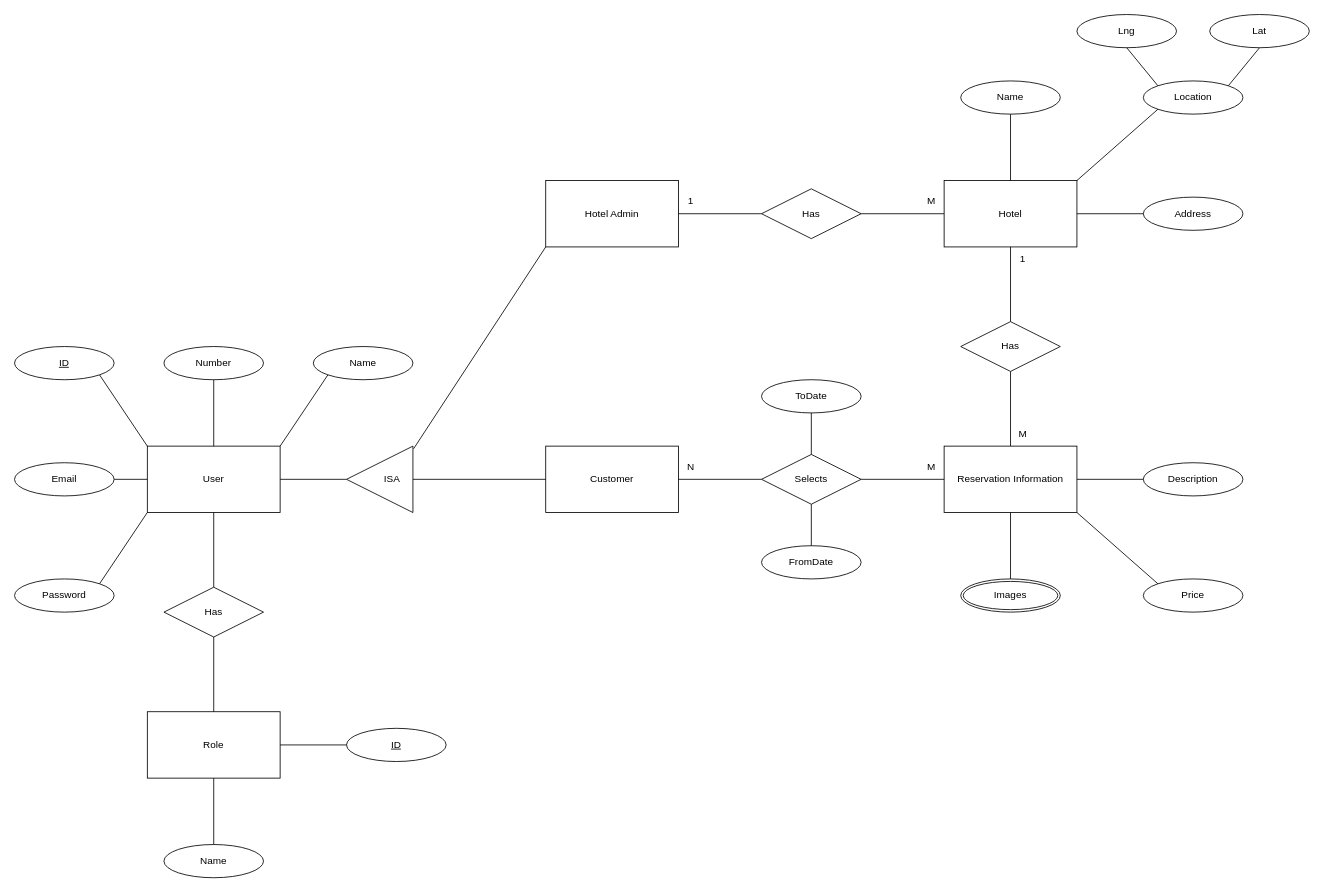
The draw.io diagram docs/ER.drawio in LassazVegaz/Hotel-Reservation-System, before the edit. Source tidied: cells renumbered, new cells numbered last; positions are measured from the earlier drawing's top-left corner, leaving out a move shared by most shapes. Both pictures are drawn from the tidied source at 83%, with x=0, y=0 at pixel (14, 14).
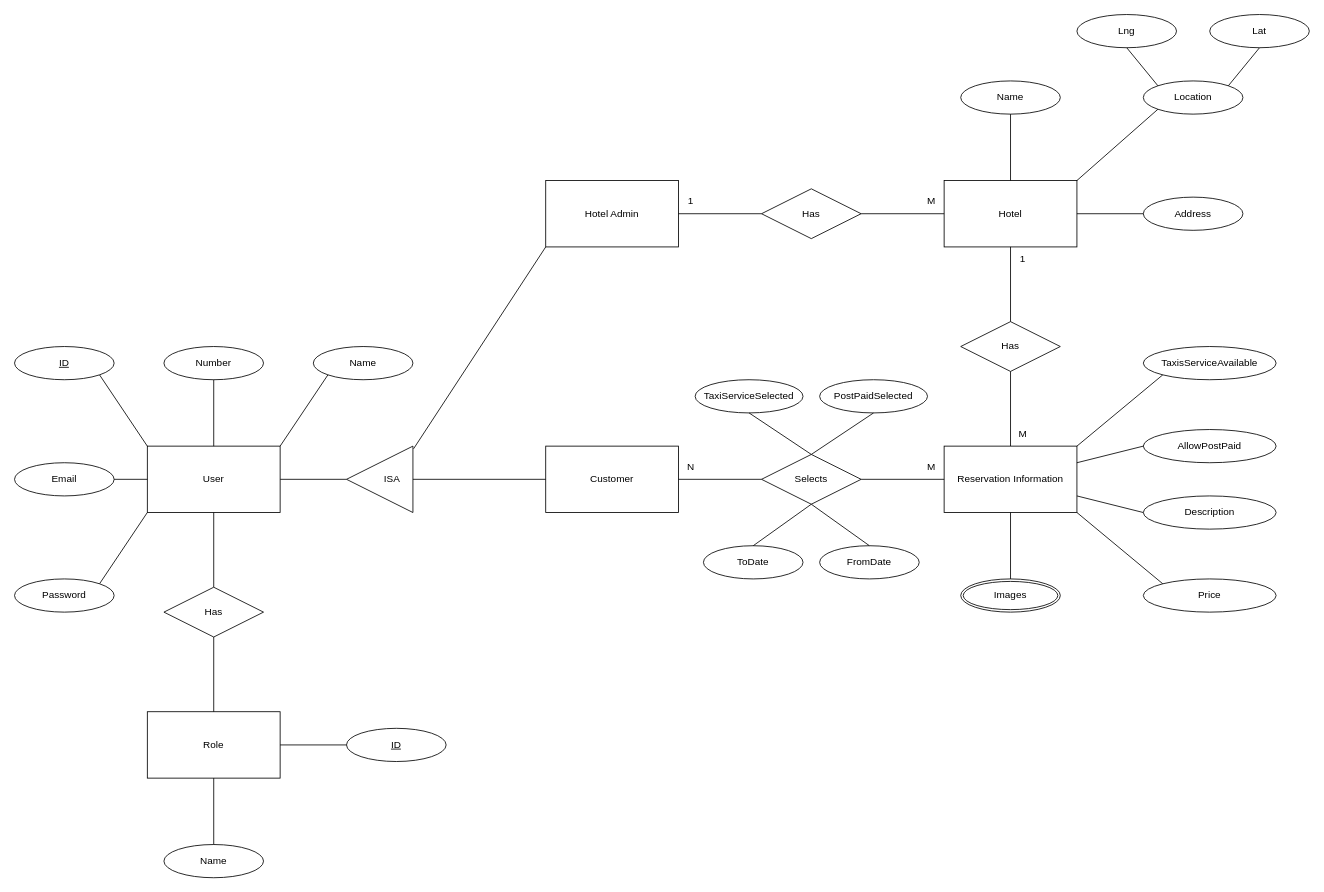
Above is the later version.

Commit message:
more properties for reservations

Unchanged cells that the change refers to:
```xml
<mxCell id="19" value="Reservation Information" style="whiteSpace=wrap;html=1;align=center;" parent="1" vertex="1">
  <mxGeometry x="1120" y="520" width="160" height="80" as="geometry" />
</mxCell>
<mxCell id="23" value="Selects" style="shape=rhombus;perimeter=rhombusPerimeter;whiteSpace=wrap;html=1;align=center;" parent="1" vertex="1">
  <mxGeometry x="900" y="530" width="120" height="60" as="geometry" />
</mxCell>
```

The edit, as a diff of the source:
```diff
@@
     <mxCell id="39" value="Description" style="ellipse;whiteSpace=wrap;html=1;align=center;" parent="1" vertex="1">
-      <mxGeometry x="1360" y="540" width="120" height="40" as="geometry" />
+      <mxGeometry x="1360" y="580" width="160" height="40" as="geometry" />
     </mxCell>
     <mxCell id="40" value="Price" style="ellipse;whiteSpace=wrap;html=1;align=center;" parent="1" vertex="1">
-      <mxGeometry x="1360" y="680" width="120" height="40" as="geometry" />
+      <mxGeometry x="1360" y="680" width="160" height="40" as="geometry" />
     </mxCell>
@@
-    <mxCell id="44" style="endArrow=none;html=1;rounded=0;entryX=1;entryY=0.5;entryDx=0;entryDy=0;exitX=0;exitY=0.5;exitDx=0;exitDy=0;" parent="1" edge="1" source="39" target="19">
+    <mxCell id="44" style="endArrow=none;html=1;rounded=0;entryX=1;entryY=0.75;entryDx=0;entryDy=0;exitX=0;exitY=0.5;exitDx=0;exitDy=0;" parent="1" edge="1" source="39" target="19">
       <mxGeometry relative="1" as="geometry" />
     </mxCell>
@@
     <mxCell id="61" value="FromDate" style="ellipse;whiteSpace=wrap;html=1;align=center;" parent="1" vertex="1">
-      <mxGeometry x="900" y="640" width="120" height="40" as="geometry" />
+      <mxGeometry x="970" y="640" width="120" height="40" as="geometry" />
     </mxCell>
-    <mxCell id="62" value="ToDate" style="ellipse;whiteSpace=wrap;html=1;align=center;" parent="1" vertex="1">
-      <mxGeometry x="900" y="440" width="120" height="40" as="geometry" />
+    <mxCell id="62" value="PostPaidSelected" style="ellipse;whiteSpace=wrap;html=1;align=center;" parent="1" vertex="1">
+      <mxGeometry x="970" y="440" width="130" height="40" as="geometry" />
     </mxCell>
@@
+    <mxCell id="65" value="TaxisServiceAvailable" style="ellipse;whiteSpace=wrap;html=1;align=center;" parent="1" vertex="1">
+      <mxGeometry x="1360" y="400" width="160" height="40" as="geometry" />
+    </mxCell>
+    <mxCell id="66" style="endArrow=none;html=1;rounded=0;entryX=1;entryY=0;entryDx=0;entryDy=0;exitX=0;exitY=1;exitDx=0;exitDy=0;" parent="1" edge="1" source="65" target="19">
+      <mxGeometry relative="1" as="geometry" />
+    </mxCell>
+    <mxCell id="67" value="AllowPostPaid" style="ellipse;whiteSpace=wrap;html=1;align=center;" parent="1" vertex="1">
+      <mxGeometry x="1360" y="500" width="160" height="40" as="geometry" />
+    </mxCell>
+    <mxCell id="68" style="endArrow=none;html=1;rounded=0;entryX=1;entryY=0.25;entryDx=0;entryDy=0;exitX=0;exitY=0.5;exitDx=0;exitDy=0;" parent="1" edge="1" source="67" target="19">
+      <mxGeometry relative="1" as="geometry" />
+    </mxCell>
+    <mxCell id="69" value="ToDate" style="ellipse;whiteSpace=wrap;html=1;align=center;" parent="1" vertex="1">
+      <mxGeometry x="830" y="640" width="120" height="40" as="geometry" />
+    </mxCell>
+    <mxCell id="70" style="endArrow=none;html=1;rounded=0;entryX=0.5;entryY=1;entryDx=0;entryDy=0;exitX=0.5;exitY=0;exitDx=0;exitDy=0;" parent="1" edge="1" source="69" target="23">
+      <mxGeometry relative="1" as="geometry" />
+    </mxCell>
+    <mxCell id="71" value="TaxiServiceSelected" style="ellipse;whiteSpace=wrap;html=1;align=center;" parent="1" vertex="1">
+      <mxGeometry x="820" y="440" width="130" height="40" as="geometry" />
+    </mxCell>
+    <mxCell id="72" style="endArrow=none;html=1;rounded=0;entryX=0.5;entryY=1;entryDx=0;entryDy=0;exitX=0.5;exitY=0;exitDx=0;exitDy=0;" parent="1" edge="1" source="23" target="71">
+      <mxGeometry relative="1" as="geometry" />
+    </mxCell>
```
